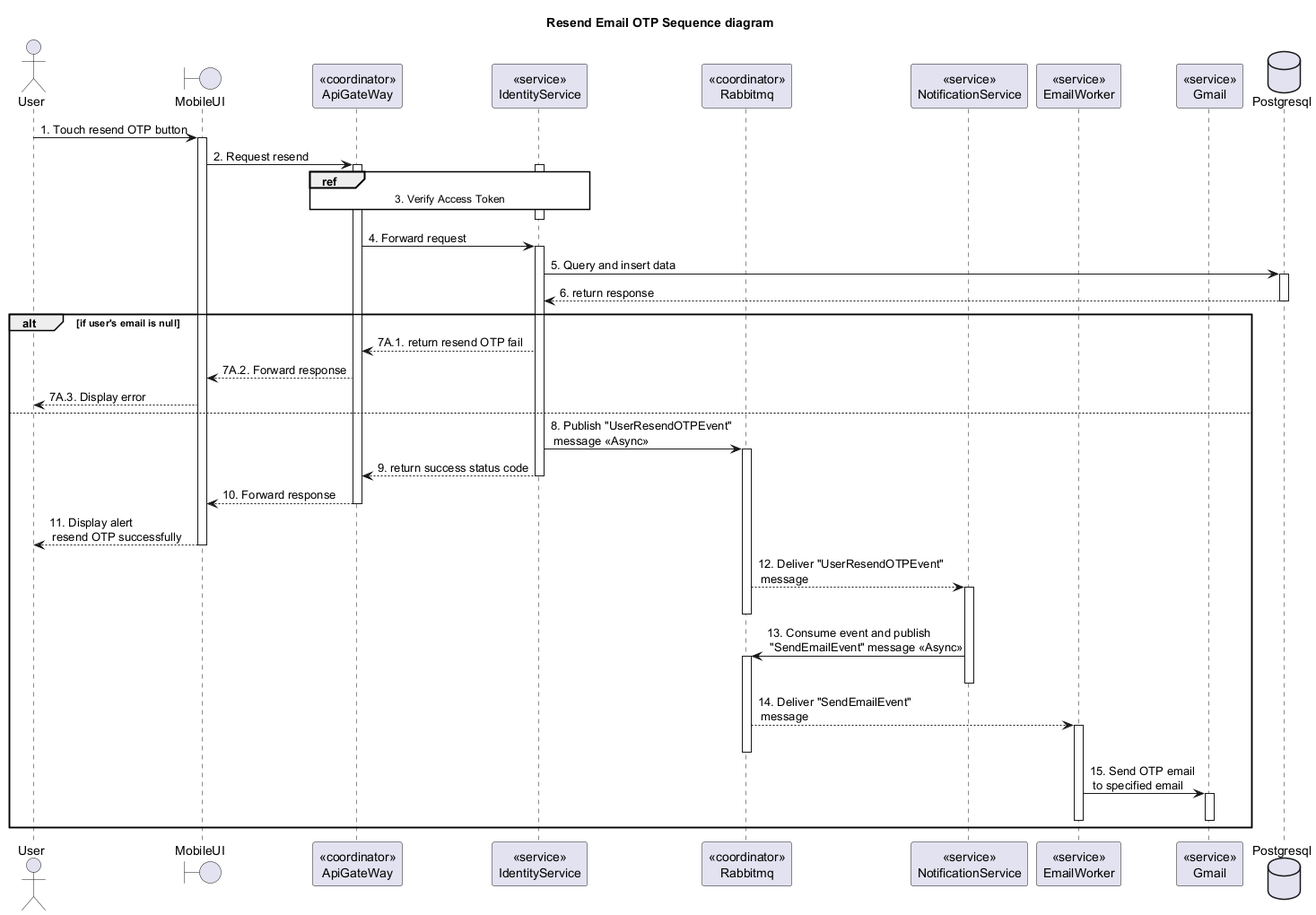
This is doc/SDS/Identity/ResendEmailOTP/Sequence.png from Carl-Johnsons/tastopia, a PlantUML export, as it was before one commit. Source of this version:
```plantuml
@startuml Sequence
title "Resend Email OTP Sequence diagram"

<style>
  sequenceDiagram {
    reference {
      BackGroundColor white
    }
}
</style>

actor User
boundary MobileUI
participant "<<coordinator>>\nApiGateWay" as ApiGateway
participant "<<service>>\nIdentityService" as IdentityService
participant "<<coordinator>>\nRabbitmq"  as Rabbitmq
participant "<<service>>\nNotificationService" as NotificationService
participant "<<service>>\nEmailWorker" as EmailWorker
participant "<<service>>\nGmail" as Gmail

database Postgresql
User -> MobileUI++: 1. Touch resend OTP button
MobileUI -> ApiGateway++: 2. Request resend

activate IdentityService
ref over ApiGateway, IdentityService: 3. Verify Access Token
ApiGateway -[hidden]-> IdentityService
deactivate IdentityService

ApiGateway -> IdentityService++: 4. Forward request
IdentityService -> Postgresql++: 5. Query and insert data
IdentityService <-- Postgresql--: 6. return response

alt if user's email is null
    ApiGateway <-- IdentityService: 7A.1. return resend OTP fail
    MobileUI <-- ApiGateway: 7A.2. Forward response
    User <-- MobileUI: 7A.3. Display error
else
    IdentityService -> Rabbitmq++: 8. Publish "UserResendOTPEvent"\n message <<Async>>

    ApiGateway <-- IdentityService--: 9. return success status code
    MobileUI <-- ApiGateway--: 10. Forward response
    User <-- MobileUI--: 11. Display alert\n resend OTP successfully

    Rabbitmq --> NotificationService++: 12. Deliver "UserResendOTPEvent"\n message
    deactivate Rabbitmq
    NotificationService -> Rabbitmq++: 13. Consume event and publish \n "SendEmailEvent" message <<Async>>
    deactivate NotificationService
    Rabbitmq --> EmailWorker++: 14. Deliver "SendEmailEvent"\n message
    deactivate Rabbitmq
    EmailWorker -> Gmail: 15. Send OTP email\n to specified email
    activate Gmail
    deactivate EmailWorker
    deactivate Gmail
end

@enduml
```
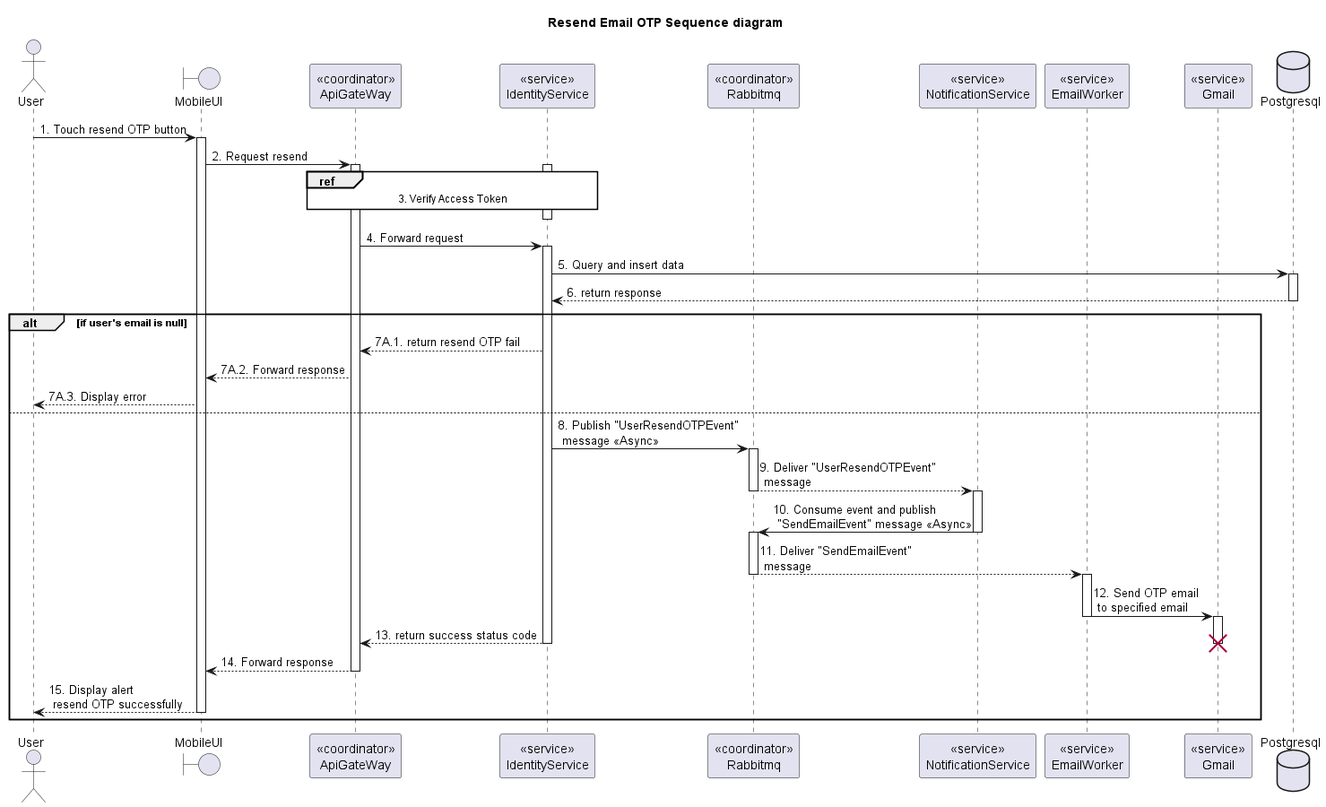
Above is the later version.

Change to the diagram source:
```diff
@@ -36,22 +36,26 @@
     MobileUI <-- ApiGateway: 7A.2. Forward response
     User <-- MobileUI: 7A.3. Display error
 else
-    IdentityService -> Rabbitmq++: 8. Publish "UserResendOTPEvent"\n message <<Async>>
+    IdentityService -> Rabbitmq: 8. Publish "UserResendOTPEvent"\n message <<Async>>
+    activate Rabbitmq
+    Rabbitmq --> NotificationService: 9. Deliver "UserResendOTPEvent"\n message
+    deactivate Rabbitmq
+    activate NotificationService
+    NotificationService -> Rabbitmq: 10. Consume event and publish \n "SendEmailEvent" message <<Async>>
+    deactivate NotificationService
+    activate Rabbitmq
+    Rabbitmq --> EmailWorker: 11. Deliver "SendEmailEvent"\n message
+    deactivate Rabbitmq
+    activate EmailWorker
+    EmailWorker -> Gmail: 12. Send OTP email\n to specified email
+    deactivate EmailWorker
+    activate Gmail
 
-    ApiGateway <-- IdentityService--: 9. return success status code
-    MobileUI <-- ApiGateway--: 10. Forward response
-    User <-- MobileUI--: 11. Display alert\n resend OTP successfully
-
-    Rabbitmq --> NotificationService++: 12. Deliver "UserResendOTPEvent"\n message
-    deactivate Rabbitmq
-    NotificationService -> Rabbitmq++: 13. Consume event and publish \n "SendEmailEvent" message <<Async>>
-    deactivate NotificationService
-    Rabbitmq --> EmailWorker++: 14. Deliver "SendEmailEvent"\n message
-    deactivate Rabbitmq
-    EmailWorker -> Gmail: 15. Send OTP email\n to specified email
-    activate Gmail
-    deactivate EmailWorker
+    ApiGateway <-- IdentityService--: 13. return success status code
     deactivate Gmail
+    destroy Gmail
+    MobileUI <-- ApiGateway--: 14. Forward response
+    User <-- MobileUI--: 15. Display alert\n resend OTP successfully
 end
 
 @enduml
```
